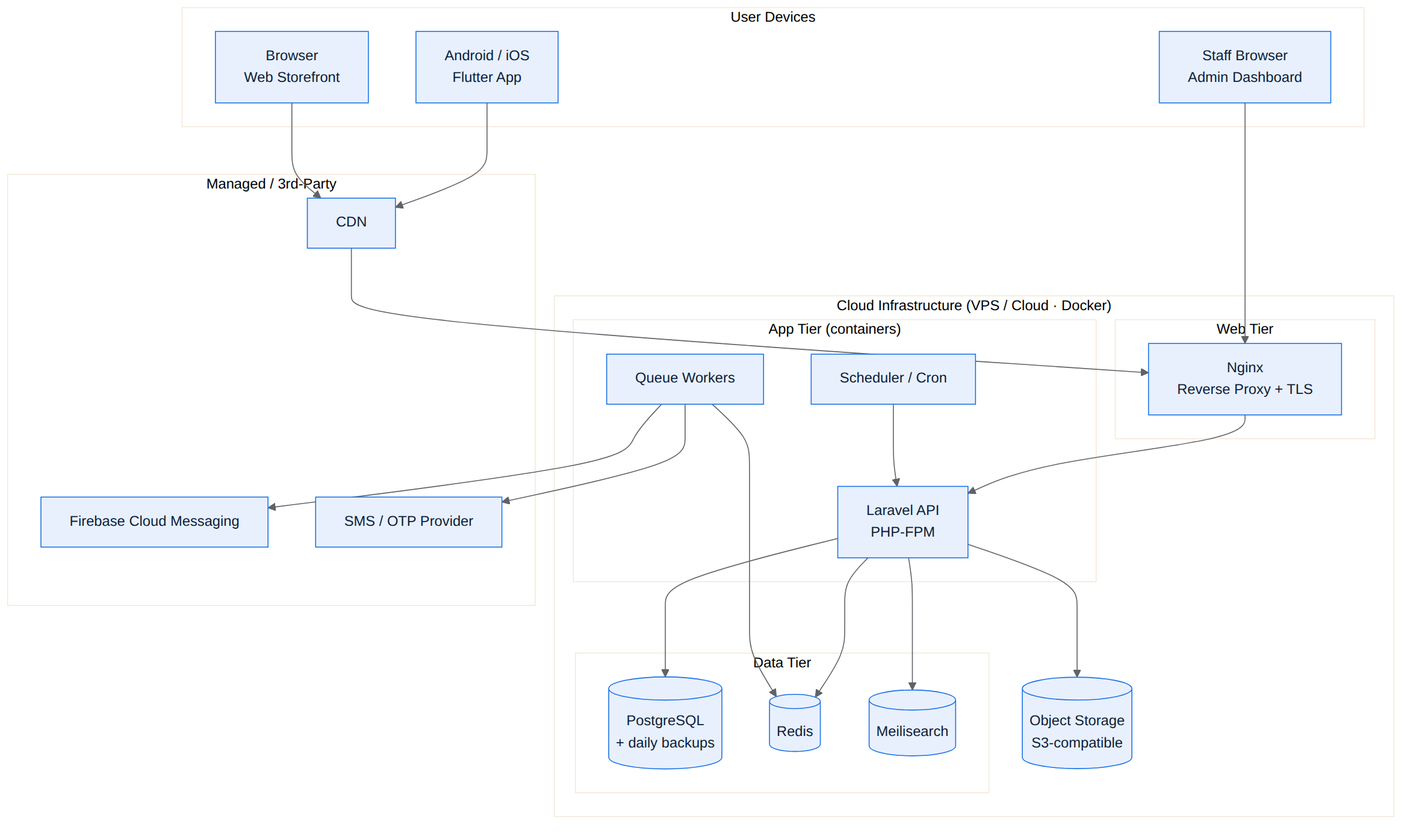
Earlier version of the Mermaid export docs/diagrams/11_Deployment.png (haideraljiryawe/Shubayr). Its source is kept beside it as docs/diagrams/11_Deployment.mmd.
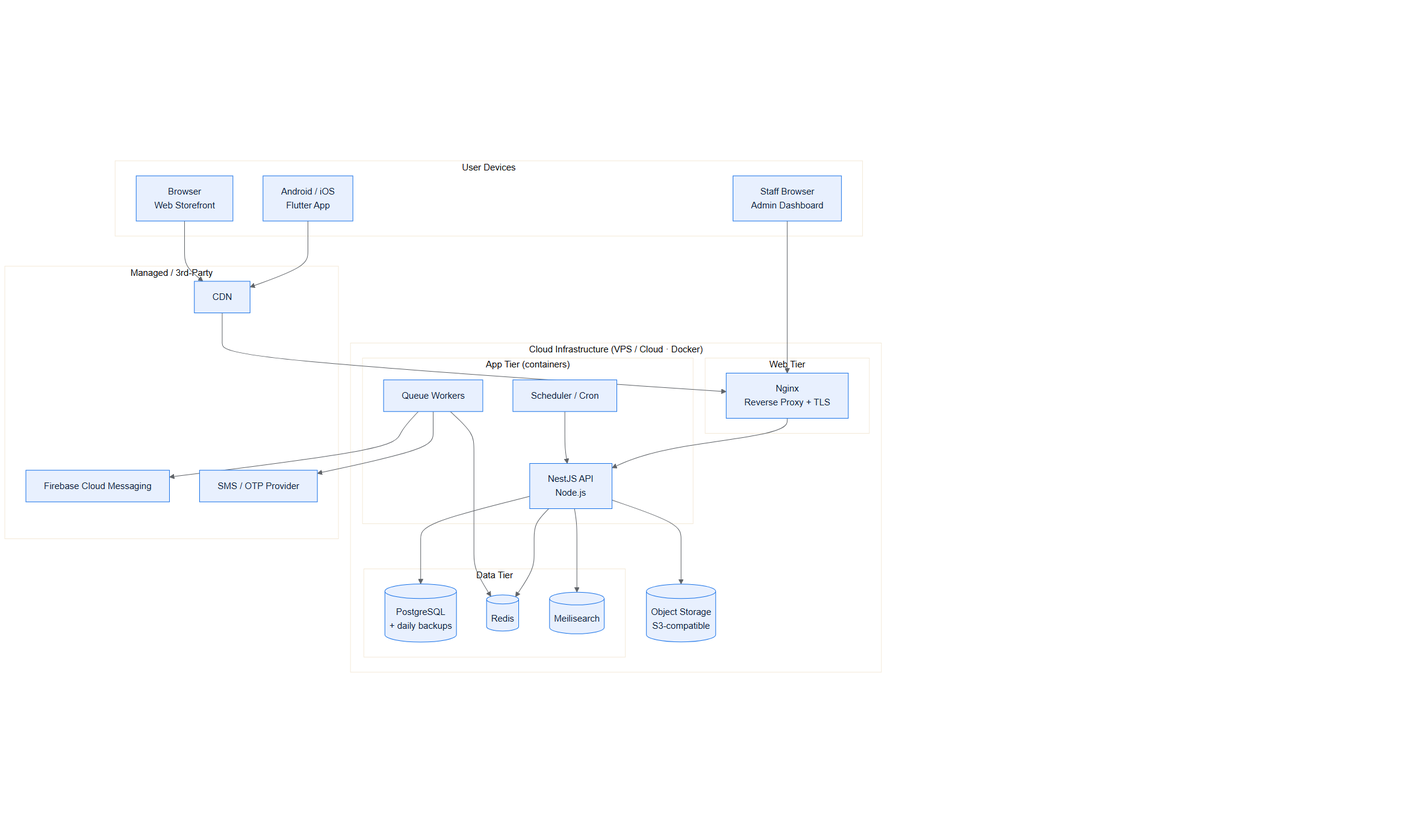
Above is the later version.

Change to the diagram source:
```diff
@@ -9,7 +9,7 @@
       NGINX["Nginx<br/>Reverse Proxy + TLS"]
     end
     subgraph AppT["App Tier (containers)"]
-      APIC["Laravel API<br/>PHP-FPM"]
+      APIC["NestJS API<br/>Node.js"]
       WRK["Queue Workers"]
       SCH["Scheduler / Cron"]
     end
```
